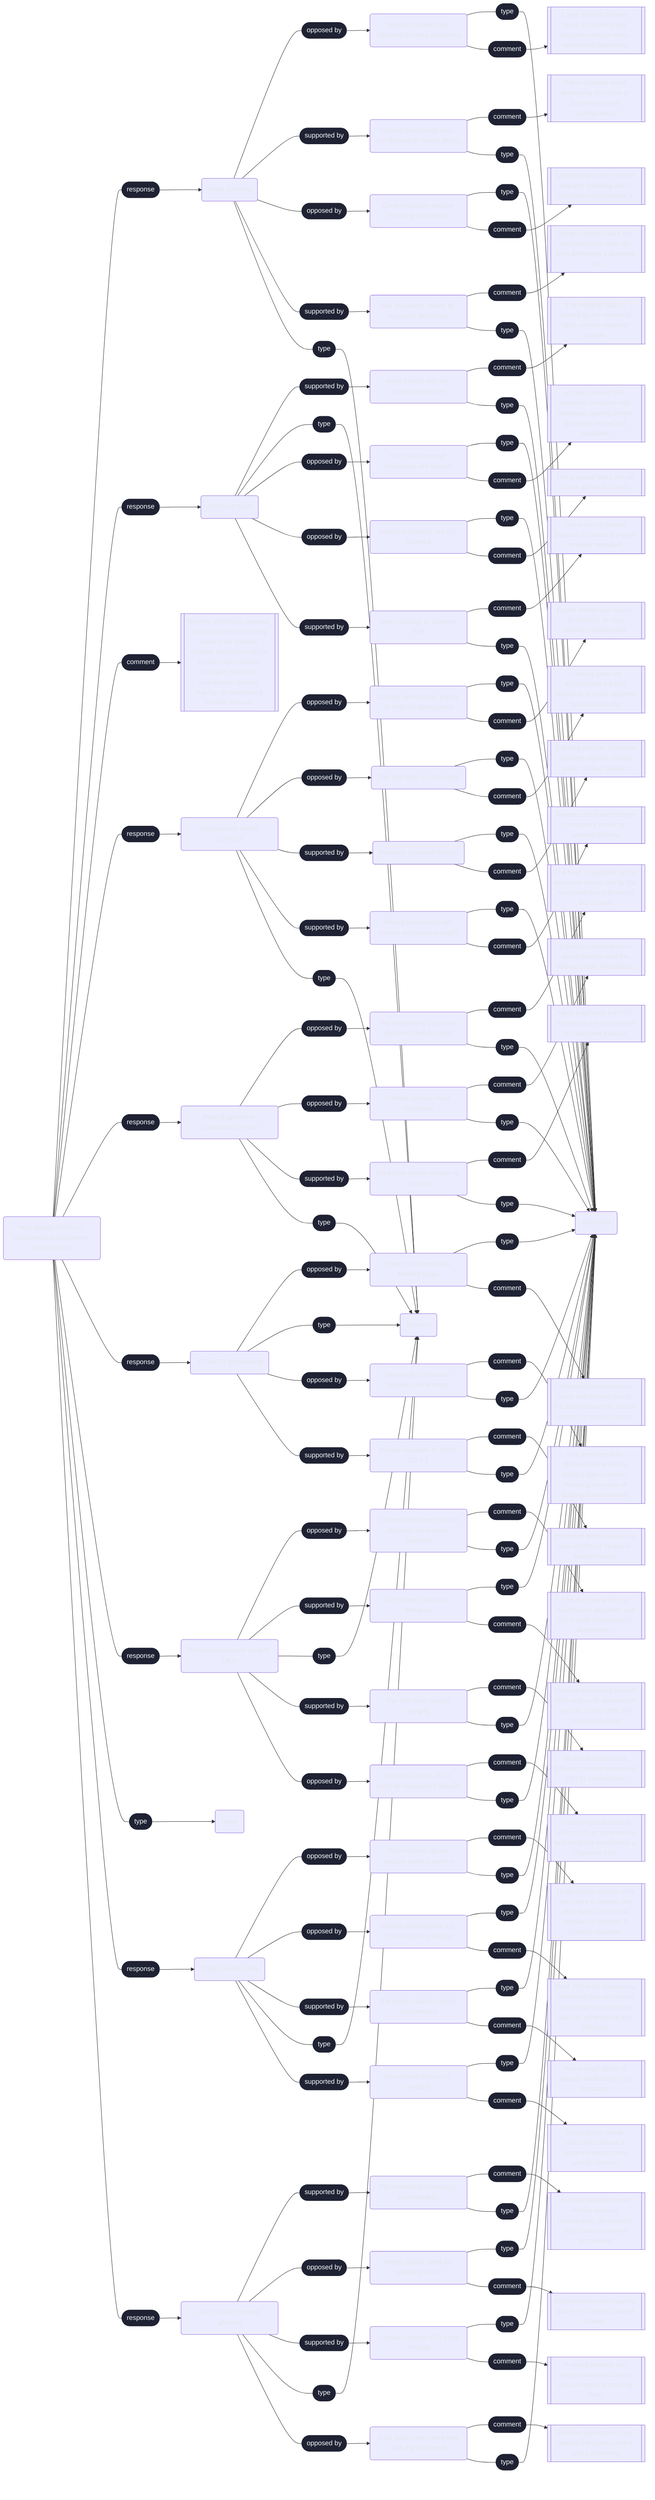
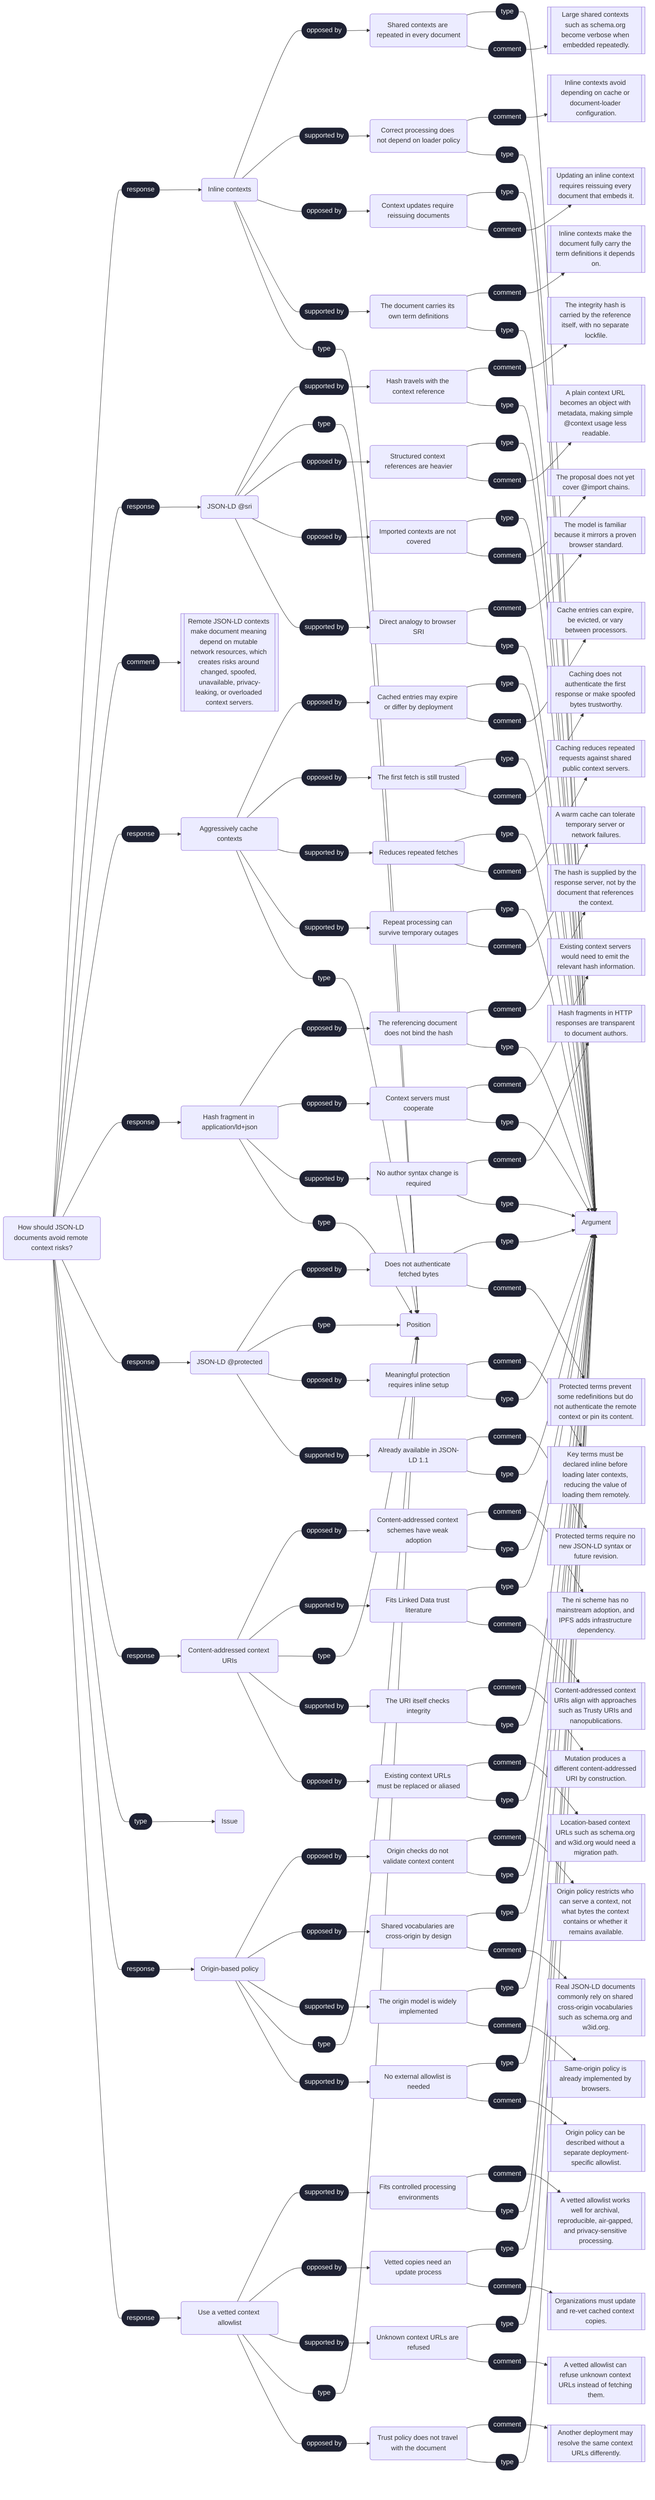
graph LR
  Bf89e54622707("Context updates require reissuing documents")
  https___vocab_methodandstructure_com_ibis_Argument("Argument")
  click https___vocab_methodandstructure_com_ibis_Argument "https://vocab.methodandstructure.com/ibis#Argument"
  Bdb67a4225c37("Aggressively cache contexts")
  B96de9af5e5f1("Cached entries may expire or differ by deployment")
  Bb357c0431c4b("Repeat processing can survive temporary outages")
  B9ed80b1e656d("Vetted copies need an update process")
  B40121b421666("Shared vocabularies are cross-origin by design")
  Ba9eb731a9e30("The origin model is widely implemented")
  B1a8ef6296b42("JSON-LD @sri")
  B383231988dd4("Hash travels with the context reference")
  B1469a9e8f1bb("Content-addressed context URIs")
  B20007dcd409e("Content-addressed context schemes have weak adoption")
  B4fd68375a00e("Use a vetted context allowlist")
  B13e130a2e5fc("Fits controlled processing environments")
  Literal-3372d781aa1f[["The integrity hash is carried by the reference itself, with no separate lockfile."]]
  B0685f72fa6fc("Shared contexts are repeated in every document")
  Literal-7b9524c5e3d6[["Real JSON-LD documents commonly rely on shared cross-origin vocabularies such as schema.org and w3id.org."]]
  Literal-05af7767aa1f[["Same-origin policy is already implemented by browsers."]]
  Literal-5be342a13b79[["Updating an inline context requires reissuing every document that embeds it."]]
  B0a87a718bdec("Fits Linked Data trust literature")
  Bc97ecab0f65d("Imported contexts are not covered")
  Baab43a5bccd1("Hash fragment in application/ld+json")
  B80eae73a5d4b("The referencing document does not bind the hash")
  Bf0c7423c62bc("Reduces repeated fetches")
  B99073f8d9343("No external allowlist is needed")
  B06013c31b5c2("How should JSON-LD documents avoid remote context risks?")
  Bc2a89a0c737d("Inline contexts")
  B9d94180f3b3a("Context servers must cooperate")
  Bf4ba3ff94fd8("Structured context references are heavier")
  Literal-ca2071652e15[["Remote JSON-LD contexts make document meaning depend on mutable network resources, which creates risks around changed, spoofed, unavailable, privacy-leaking, or overloaded context servers."]]
  Literal-533bf2a00042[["The hash is supplied by the response server, not by the document that references the context."]]
  https___vocab_methodandstructure_com_ibis_Position("Position")
  click https___vocab_methodandstructure_com_ibis_Position "https://vocab.methodandstructure.com/ibis#Position"
  Literal-ce0d1238a65a[["Origin policy can be described without a separate deployment-specific allowlist."]]
  Literal-3143840d7b9c[["The proposal does not yet cover @import chains."]]
  B4a2f871f02f7("Origin-based policy")
  B8c909c337620("Origin checks do not validate context content")
  Bef30dbfcc950("Already available in JSON-LD 1.1")
  Literal-b5e33717debf[["Protected terms require no new JSON-LD syntax or future revision."]]
  B6e13a6911ba1("JSON-LD @protected")
  B01b74e8b2b40("Direct analogy to browser SRI")
  Literal-04bfa4db6676[["The model is familiar because it mirrors a proven browser standard."]]
  Literal-e73d1ece70a7[["Cache entries can expire, be evicted, or vary between processors."]]
  Literal-080d92843927[["Caching reduces repeated requests against shared public context servers."]]
  https___vocab_methodandstructure_com_ibis_Issue("Issue")
  click https___vocab_methodandstructure_com_ibis_Issue "https://vocab.methodandstructure.com/ibis#Issue"
  B0c0e7e06fea2("Does not authenticate fetched bytes")
  Ba107a6b9cb7e("Existing context URLs must be replaced or aliased")
  Literal-6557de704284[["Location-based context URLs such as schema.org and w3id.org would need a migration path."]]
  B5f0353317545("No author syntax change is required")
  Literal-3781c3ef0e98[["Hash fragments in HTTP responses are transparent to document authors."]]
  Bbdb7d70b077c("Correct processing does not depend on loader policy")
  Literal-80f95a5bc3f9[["Content-addressed context URIs align with approaches such as Trusty URIs and nanopublications."]]
  B7f560c7f7519("The first fetch is still trusted")
  Literal-4f2842ae8586[["Organizations must update and re-vet cached context copies."]]
  Literal-5f061e5905ee[["A vetted allowlist works well for archival, reproducible, air-gapped, and privacy-sensitive processing."]]
  Literal-3734fc262561[["Protected terms prevent some redefinitions but do not authenticate the remote context or pin its content."]]
  Literal-59f1d4b7b507[["Existing context servers would need to emit the relevant hash information."]]
  Literal-c9504c3f0069[["A plain context URL becomes an object with metadata, making simple @context usage less readable."]]
  Literal-124d00f9b9b4[["Inline contexts avoid depending on cache or document-loader configuration."]]
  B641f043d8de7("Unknown context URLs are refused")
  Bc780551a69d3("The document carries its own term definitions")
  Literal-203ce8a7fdc7[["Origin policy restricts who can serve a context, not what bytes the context contains or whether it remains available."]]
  Bcf3631293047("The URI itself checks integrity")
  Literal-77a04c8cbb4f[["Mutation produces a different content-addressed URI by construction."]]
  B26a7c81b7170("Meaningful protection requires inline setup")
  Literal-6d8ea9bbe404[["Key terms must be declared inline before loading later contexts, reducing the value of loading them remotely."]]
  Literal-a3d9acc223f3[["Large shared contexts such as schema.org become verbose when embedded repeatedly."]]
  Literal-b31eaf149dee[["Caching does not authenticate the first response or make spoofed bytes trustworthy."]]
  B12a470ae96f5("Trust policy does not travel with the document")
  Literal-e66f98cdcb65[["Another deployment may resolve the same context URLs differently."]]
  Literal-489c7cc3ef52[["The ni scheme has no mainstream adoption, and IPFS adds infrastructure dependency."]]
  Literal-c6024b6ce405[["A vetted allowlist can refuse unknown context URLs instead of fetching them."]]
  Literal-6ee14fa825c0[["Inline contexts make the document fully carry the term definitions it depends on."]]
  Literal-9a1a7a1280c5[["A warm cache can tolerate temporary server or network failures."]]
  Bf89e54622707 --- 196d43cbdf11(["type"])--> https___vocab_methodandstructure_com_ibis_Argument
  click 196d43cbdf11 "http://www.w3.org/1999/02/22-rdf-syntax-ns#type"
  Bdb67a4225c37 --- e84baee6286c(["opposed by"])--> B96de9af5e5f1
  click e84baee6286c "https://vocab.methodandstructure.com/ibis#opposed-by"
  Bb357c0431c4b --- 55795af7d924(["type"])--> https___vocab_methodandstructure_com_ibis_Argument
  click 55795af7d924 "http://www.w3.org/1999/02/22-rdf-syntax-ns#type"
  B9ed80b1e656d --- e13d2533100c(["type"])--> https___vocab_methodandstructure_com_ibis_Argument
  click e13d2533100c "http://www.w3.org/1999/02/22-rdf-syntax-ns#type"
  B40121b421666 --- f857ebc6e504(["type"])--> https___vocab_methodandstructure_com_ibis_Argument
  click f857ebc6e504 "http://www.w3.org/1999/02/22-rdf-syntax-ns#type"
  Ba9eb731a9e30 --- 83c24ca887aa(["type"])--> https___vocab_methodandstructure_com_ibis_Argument
  click 83c24ca887aa "http://www.w3.org/1999/02/22-rdf-syntax-ns#type"
  B1a8ef6296b42 --- 49e96341cb63(["supported by"])--> B383231988dd4
  click 49e96341cb63 "https://vocab.methodandstructure.com/ibis#supported-by"
  B1469a9e8f1bb --- d361934ba253(["opposed by"])--> B20007dcd409e
  click d361934ba253 "https://vocab.methodandstructure.com/ibis#opposed-by"
  B4fd68375a00e --- ee0fd7b9aa5f(["supported by"])--> B13e130a2e5fc
  click ee0fd7b9aa5f "https://vocab.methodandstructure.com/ibis#supported-by"
  B383231988dd4 --- cad56228a64c(["comment"])--> Literal-3372d781aa1f
  click cad56228a64c "http://www.w3.org/2000/01/rdf-schema#comment"
  B0685f72fa6fc --- c5b2b643ee48(["type"])--> https___vocab_methodandstructure_com_ibis_Argument
  click c5b2b643ee48 "http://www.w3.org/1999/02/22-rdf-syntax-ns#type"
  B4fd68375a00e --- 09f4a8451739(["opposed by"])--> B9ed80b1e656d
  click 09f4a8451739 "https://vocab.methodandstructure.com/ibis#opposed-by"
  B96de9af5e5f1 --- e120522b7054(["type"])--> https___vocab_methodandstructure_com_ibis_Argument
  click e120522b7054 "http://www.w3.org/1999/02/22-rdf-syntax-ns#type"
  B40121b421666 --- 210abd129985(["comment"])--> Literal-7b9524c5e3d6
  click 210abd129985 "http://www.w3.org/2000/01/rdf-schema#comment"
  Ba9eb731a9e30 --- e0bb3dc849ed(["comment"])--> Literal-05af7767aa1f
  click e0bb3dc849ed "http://www.w3.org/2000/01/rdf-schema#comment"
  Bf89e54622707 --- 00aa94c1f449(["comment"])--> Literal-5be342a13b79
  click 00aa94c1f449 "http://www.w3.org/2000/01/rdf-schema#comment"
  B1469a9e8f1bb --- 5074d83f2973(["supported by"])--> B0a87a718bdec
  click 5074d83f2973 "https://vocab.methodandstructure.com/ibis#supported-by"
  Bc97ecab0f65d --- 0f763fd8cded(["type"])--> https___vocab_methodandstructure_com_ibis_Argument
  click 0f763fd8cded "http://www.w3.org/1999/02/22-rdf-syntax-ns#type"
  Baab43a5bccd1 --- e1baa1baad17(["opposed by"])--> B80eae73a5d4b
  click e1baa1baad17 "https://vocab.methodandstructure.com/ibis#opposed-by"
  Bf0c7423c62bc --- 822dabe6be8f(["type"])--> https___vocab_methodandstructure_com_ibis_Argument
  click 822dabe6be8f "http://www.w3.org/1999/02/22-rdf-syntax-ns#type"
  B99073f8d9343 --- 95d1d031894e(["type"])--> https___vocab_methodandstructure_com_ibis_Argument
  click 95d1d031894e "http://www.w3.org/1999/02/22-rdf-syntax-ns#type"
  B06013c31b5c2 --- 49bfb3cf0009(["response"])--> Bc2a89a0c737d
  click 49bfb3cf0009 "https://vocab.methodandstructure.com/ibis#response"
  B06013c31b5c2 --- 044ec00c58b6(["response"])--> B1a8ef6296b42
  click 044ec00c58b6 "https://vocab.methodandstructure.com/ibis#response"
  Baab43a5bccd1 --- 756f74004ad9(["opposed by"])--> B9d94180f3b3a
  click 756f74004ad9 "https://vocab.methodandstructure.com/ibis#opposed-by"
  Bf4ba3ff94fd8 --- 7fd88708111f(["type"])--> https___vocab_methodandstructure_com_ibis_Argument
  click 7fd88708111f "http://www.w3.org/1999/02/22-rdf-syntax-ns#type"
  B06013c31b5c2 --- 1453f187b416(["comment"])--> Literal-ca2071652e15
  click 1453f187b416 "http://www.w3.org/2000/01/rdf-schema#comment"
  B80eae73a5d4b --- 8abdf00cb2e6(["comment"])--> Literal-533bf2a00042
  click 8abdf00cb2e6 "http://www.w3.org/2000/01/rdf-schema#comment"
  B1469a9e8f1bb --- 33230ee86919(["type"])--> https___vocab_methodandstructure_com_ibis_Position
  click 33230ee86919 "http://www.w3.org/1999/02/22-rdf-syntax-ns#type"
  B99073f8d9343 --- cd7adf56a157(["comment"])--> Literal-ce0d1238a65a
  click cd7adf56a157 "http://www.w3.org/2000/01/rdf-schema#comment"
  Bc97ecab0f65d --- 0b29cecdbdd0(["comment"])--> Literal-3143840d7b9c
  click 0b29cecdbdd0 "http://www.w3.org/2000/01/rdf-schema#comment"
  B4a2f871f02f7 --- 5de946e63e95(["opposed by"])--> B8c909c337620
  click 5de946e63e95 "https://vocab.methodandstructure.com/ibis#opposed-by"
  B06013c31b5c2 --- db2a30ffdc4f(["response"])--> Bdb67a4225c37
  click db2a30ffdc4f "https://vocab.methodandstructure.com/ibis#response"
  B06013c31b5c2 --- cac0e668291f(["response"])--> Baab43a5bccd1
  click cac0e668291f "https://vocab.methodandstructure.com/ibis#response"
  Bef30dbfcc950 --- b1fdc897157e(["comment"])--> Literal-b5e33717debf
  click b1fdc897157e "http://www.w3.org/2000/01/rdf-schema#comment"
  B06013c31b5c2 --- c97ef3640134(["response"])--> B6e13a6911ba1
  click c97ef3640134 "https://vocab.methodandstructure.com/ibis#response"
  B06013c31b5c2 --- 38f7f74acfc0(["response"])--> B1469a9e8f1bb
  click 38f7f74acfc0 "https://vocab.methodandstructure.com/ibis#response"
  B01b74e8b2b40 --- 177beaf72504(["comment"])--> Literal-04bfa4db6676
  click 177beaf72504 "http://www.w3.org/2000/01/rdf-schema#comment"
  B96de9af5e5f1 --- f11d571a490d(["comment"])--> Literal-e73d1ece70a7
  click f11d571a490d "http://www.w3.org/2000/01/rdf-schema#comment"
  B0a87a718bdec --- 47aeff0af1ce(["type"])--> https___vocab_methodandstructure_com_ibis_Argument
  click 47aeff0af1ce "http://www.w3.org/1999/02/22-rdf-syntax-ns#type"
  Bf0c7423c62bc --- a6d0fb7719df(["comment"])--> Literal-080d92843927
  click a6d0fb7719df "http://www.w3.org/2000/01/rdf-schema#comment"
  B06013c31b5c2 --- 3d669a27762f(["type"])--> https___vocab_methodandstructure_com_ibis_Issue
  click 3d669a27762f "http://www.w3.org/1999/02/22-rdf-syntax-ns#type"
  Bc2a89a0c737d --- e5729fc96757(["opposed by"])--> B0685f72fa6fc
  click e5729fc96757 "https://vocab.methodandstructure.com/ibis#opposed-by"
  B0c0e7e06fea2 --- d4694e4cc39c(["type"])--> https___vocab_methodandstructure_com_ibis_Argument
  click d4694e4cc39c "http://www.w3.org/1999/02/22-rdf-syntax-ns#type"
  Ba107a6b9cb7e --- 9f07cb7cb3b9(["comment"])--> Literal-6557de704284
  click 9f07cb7cb3b9 "http://www.w3.org/2000/01/rdf-schema#comment"
  Baab43a5bccd1 --- 6ae8cc7e55a2(["supported by"])--> B5f0353317545
  click 6ae8cc7e55a2 "https://vocab.methodandstructure.com/ibis#supported-by"
  B5f0353317545 --- 3f6c52b352c7(["comment"])--> Literal-3781c3ef0e98
  click 3f6c52b352c7 "http://www.w3.org/2000/01/rdf-schema#comment"
  Bc2a89a0c737d --- 955aee5db295(["supported by"])--> Bbdb7d70b077c
  click 955aee5db295 "https://vocab.methodandstructure.com/ibis#supported-by"
  B0a87a718bdec --- 8603a835a89e(["comment"])--> Literal-80f95a5bc3f9
  click 8603a835a89e "http://www.w3.org/2000/01/rdf-schema#comment"
  B6e13a6911ba1 --- db6e96c0804c(["opposed by"])--> B0c0e7e06fea2
  click db6e96c0804c "https://vocab.methodandstructure.com/ibis#opposed-by"
  B7f560c7f7519 --- cb975e07235a(["type"])--> https___vocab_methodandstructure_com_ibis_Argument
  click cb975e07235a "http://www.w3.org/1999/02/22-rdf-syntax-ns#type"
  B9ed80b1e656d --- 435c30ad4c73(["comment"])--> Literal-4f2842ae8586
  click 435c30ad4c73 "http://www.w3.org/2000/01/rdf-schema#comment"
  B13e130a2e5fc --- c1435028f525(["comment"])--> Literal-5f061e5905ee
  click c1435028f525 "http://www.w3.org/2000/01/rdf-schema#comment"
  B01b74e8b2b40 --- 8ea7e6b500db(["type"])--> https___vocab_methodandstructure_com_ibis_Argument
  click 8ea7e6b500db "http://www.w3.org/1999/02/22-rdf-syntax-ns#type"
  B0c0e7e06fea2 --- 475b21f084ee(["comment"])--> Literal-3734fc262561
  click 475b21f084ee "http://www.w3.org/2000/01/rdf-schema#comment"
  B9d94180f3b3a --- a498c16bf46f(["comment"])--> Literal-59f1d4b7b507
  click a498c16bf46f "http://www.w3.org/2000/01/rdf-schema#comment"
  Bc2a89a0c737d --- ae4b72a65800(["opposed by"])--> Bf89e54622707
  click ae4b72a65800 "https://vocab.methodandstructure.com/ibis#opposed-by"
  Bf4ba3ff94fd8 --- 79f6252823d2(["comment"])--> Literal-c9504c3f0069
  click 79f6252823d2 "http://www.w3.org/2000/01/rdf-schema#comment"
  Bbdb7d70b077c --- 0846499ef8d9(["comment"])--> Literal-124d00f9b9b4
  click 0846499ef8d9 "http://www.w3.org/2000/01/rdf-schema#comment"
  B4fd68375a00e --- 9398de53fd99(["supported by"])--> B641f043d8de7
  click 9398de53fd99 "https://vocab.methodandstructure.com/ibis#supported-by"
  B1a8ef6296b42 --- 6375f82db69d(["type"])--> https___vocab_methodandstructure_com_ibis_Position
  click 6375f82db69d "http://www.w3.org/1999/02/22-rdf-syntax-ns#type"
  Bdb67a4225c37 --- 986bf5762684(["opposed by"])--> B7f560c7f7519
  click 986bf5762684 "https://vocab.methodandstructure.com/ibis#opposed-by"
  Bc2a89a0c737d --- 537c63798d41(["supported by"])--> Bc780551a69d3
  click 537c63798d41 "https://vocab.methodandstructure.com/ibis#supported-by"
  B5f0353317545 --- dc6b6f957910(["type"])--> https___vocab_methodandstructure_com_ibis_Argument
  click dc6b6f957910 "http://www.w3.org/1999/02/22-rdf-syntax-ns#type"
  B8c909c337620 --- 8ab9e3c9dc1a(["comment"])--> Literal-203ce8a7fdc7
  click 8ab9e3c9dc1a "http://www.w3.org/2000/01/rdf-schema#comment"
  Bcf3631293047 --- 180821d808a8(["comment"])--> Literal-77a04c8cbb4f
  click 180821d808a8 "http://www.w3.org/2000/01/rdf-schema#comment"
  B26a7c81b7170 --- 0223c4b18ac3(["comment"])--> Literal-6d8ea9bbe404
  click 0223c4b18ac3 "http://www.w3.org/2000/01/rdf-schema#comment"
  B4fd68375a00e --- 229ea1b163a4(["type"])--> https___vocab_methodandstructure_com_ibis_Position
  click 229ea1b163a4 "http://www.w3.org/1999/02/22-rdf-syntax-ns#type"
  B0685f72fa6fc --- a428808a67b5(["comment"])--> Literal-a3d9acc223f3
  click a428808a67b5 "http://www.w3.org/2000/01/rdf-schema#comment"
  B7f560c7f7519 --- 7be2efb4ff07(["comment"])--> Literal-b31eaf149dee
  click 7be2efb4ff07 "http://www.w3.org/2000/01/rdf-schema#comment"
  Baab43a5bccd1 --- 9ad5e3f78828(["type"])--> https___vocab_methodandstructure_com_ibis_Position
  click 9ad5e3f78828 "http://www.w3.org/1999/02/22-rdf-syntax-ns#type"
  B4fd68375a00e --- 96d654b739be(["opposed by"])--> B12a470ae96f5
  click 96d654b739be "https://vocab.methodandstructure.com/ibis#opposed-by"
  B9d94180f3b3a --- 161c059ea25a(["type"])--> https___vocab_methodandstructure_com_ibis_Argument
  click 161c059ea25a "http://www.w3.org/1999/02/22-rdf-syntax-ns#type"
  B6e13a6911ba1 --- c7a270435d6b(["type"])--> https___vocab_methodandstructure_com_ibis_Position
  click c7a270435d6b "http://www.w3.org/1999/02/22-rdf-syntax-ns#type"
  B12a470ae96f5 --- 80f58e9056fc(["comment"])--> Literal-e66f98cdcb65
  click 80f58e9056fc "http://www.w3.org/2000/01/rdf-schema#comment"
  Bbdb7d70b077c --- 3f0e849beff8(["type"])--> https___vocab_methodandstructure_com_ibis_Argument
  click 3f0e849beff8 "http://www.w3.org/1999/02/22-rdf-syntax-ns#type"
  B1469a9e8f1bb --- a49aff00e74c(["supported by"])--> Bcf3631293047
  click a49aff00e74c "https://vocab.methodandstructure.com/ibis#supported-by"
  B06013c31b5c2 --- 853b23dc18e0(["response"])--> B4a2f871f02f7
  click 853b23dc18e0 "https://vocab.methodandstructure.com/ibis#response"
  B6e13a6911ba1 --- 30a87c2c79ba(["opposed by"])--> B26a7c81b7170
  click 30a87c2c79ba "https://vocab.methodandstructure.com/ibis#opposed-by"
  B26a7c81b7170 --- 0e57f5cee5a8(["type"])--> https___vocab_methodandstructure_com_ibis_Argument
  click 0e57f5cee5a8 "http://www.w3.org/1999/02/22-rdf-syntax-ns#type"
  B4a2f871f02f7 --- ffabfaf3cb08(["opposed by"])--> B40121b421666
  click ffabfaf3cb08 "https://vocab.methodandstructure.com/ibis#opposed-by"
  Bdb67a4225c37 --- df0ae3bbd5d4(["supported by"])--> Bf0c7423c62bc
  click df0ae3bbd5d4 "https://vocab.methodandstructure.com/ibis#supported-by"
  B641f043d8de7 --- dc3b09026ccd(["type"])--> https___vocab_methodandstructure_com_ibis_Argument
  click dc3b09026ccd "http://www.w3.org/1999/02/22-rdf-syntax-ns#type"
  Bef30dbfcc950 --- 245a02c1eef7(["type"])--> https___vocab_methodandstructure_com_ibis_Argument
  click 245a02c1eef7 "http://www.w3.org/1999/02/22-rdf-syntax-ns#type"
  Bc2a89a0c737d --- 6ed5106e1e06(["type"])--> https___vocab_methodandstructure_com_ibis_Position
  click 6ed5106e1e06 "http://www.w3.org/1999/02/22-rdf-syntax-ns#type"
  B80eae73a5d4b --- da6166551cfc(["type"])--> https___vocab_methodandstructure_com_ibis_Argument
  click da6166551cfc "http://www.w3.org/1999/02/22-rdf-syntax-ns#type"
  B20007dcd409e --- 44e4def65edc(["comment"])--> Literal-489c7cc3ef52
  click 44e4def65edc "http://www.w3.org/2000/01/rdf-schema#comment"
  B4a2f871f02f7 --- 468d88666d7a(["supported by"])--> Ba9eb731a9e30
  click 468d88666d7a "https://vocab.methodandstructure.com/ibis#supported-by"
  B13e130a2e5fc --- 1b8ca4bfebb6(["type"])--> https___vocab_methodandstructure_com_ibis_Argument
  click 1b8ca4bfebb6 "http://www.w3.org/1999/02/22-rdf-syntax-ns#type"
  B4a2f871f02f7 --- 261d6a863eab(["type"])--> https___vocab_methodandstructure_com_ibis_Position
  click 261d6a863eab "http://www.w3.org/1999/02/22-rdf-syntax-ns#type"
  B1a8ef6296b42 --- cc54f5d38dfe(["opposed by"])--> Bf4ba3ff94fd8
  click cc54f5d38dfe "https://vocab.methodandstructure.com/ibis#opposed-by"
  B641f043d8de7 --- f4630b32ca77(["comment"])--> Literal-c6024b6ce405
  click f4630b32ca77 "http://www.w3.org/2000/01/rdf-schema#comment"
  B4a2f871f02f7 --- f057729a09b0(["supported by"])--> B99073f8d9343
  click f057729a09b0 "https://vocab.methodandstructure.com/ibis#supported-by"
  B06013c31b5c2 --- aa75c3a8e580(["response"])--> B4fd68375a00e
  click aa75c3a8e580 "https://vocab.methodandstructure.com/ibis#response"
  B1a8ef6296b42 --- fa1d7fd91c69(["opposed by"])--> Bc97ecab0f65d
  click fa1d7fd91c69 "https://vocab.methodandstructure.com/ibis#opposed-by"
  Bc780551a69d3 --- de33ec8a8dc5(["comment"])--> Literal-6ee14fa825c0
  click de33ec8a8dc5 "http://www.w3.org/2000/01/rdf-schema#comment"
  B20007dcd409e --- 5d653d8bcf42(["type"])--> https___vocab_methodandstructure_com_ibis_Argument
  click 5d653d8bcf42 "http://www.w3.org/1999/02/22-rdf-syntax-ns#type"
  B6e13a6911ba1 --- 6df9677aa9a5(["supported by"])--> Bef30dbfcc950
  click 6df9677aa9a5 "https://vocab.methodandstructure.com/ibis#supported-by"
  Ba107a6b9cb7e --- 38b3183c2f81(["type"])--> https___vocab_methodandstructure_com_ibis_Argument
  click 38b3183c2f81 "http://www.w3.org/1999/02/22-rdf-syntax-ns#type"
  Bb357c0431c4b --- 156c726d487b(["comment"])--> Literal-9a1a7a1280c5
  click 156c726d487b "http://www.w3.org/2000/01/rdf-schema#comment"
  B1469a9e8f1bb --- 67103faddc96(["opposed by"])--> Ba107a6b9cb7e
  click 67103faddc96 "https://vocab.methodandstructure.com/ibis#opposed-by"
  Bc780551a69d3 --- c88e0d723a69(["type"])--> https___vocab_methodandstructure_com_ibis_Argument
  click c88e0d723a69 "http://www.w3.org/1999/02/22-rdf-syntax-ns#type"
  B8c909c337620 --- 1503841ff43c(["type"])--> https___vocab_methodandstructure_com_ibis_Argument
  click 1503841ff43c "http://www.w3.org/1999/02/22-rdf-syntax-ns#type"
  B12a470ae96f5 --- d219bc0d0df9(["type"])--> https___vocab_methodandstructure_com_ibis_Argument
  click d219bc0d0df9 "http://www.w3.org/1999/02/22-rdf-syntax-ns#type"
  Bcf3631293047 --- eea42b699c02(["type"])--> https___vocab_methodandstructure_com_ibis_Argument
  click eea42b699c02 "http://www.w3.org/1999/02/22-rdf-syntax-ns#type"
  B383231988dd4 --- dfc42cc15e2f(["type"])--> https___vocab_methodandstructure_com_ibis_Argument
  click dfc42cc15e2f "http://www.w3.org/1999/02/22-rdf-syntax-ns#type"
  Bdb67a4225c37 --- b8cd0aec489a(["supported by"])--> Bb357c0431c4b
  click b8cd0aec489a "https://vocab.methodandstructure.com/ibis#supported-by"
  B1a8ef6296b42 --- 3af99f5ee2fd(["supported by"])--> B01b74e8b2b40
  click 3af99f5ee2fd "https://vocab.methodandstructure.com/ibis#supported-by"
  Bdb67a4225c37 --- 45b36f7ac41e(["type"])--> https___vocab_methodandstructure_com_ibis_Position
  click 45b36f7ac41e "http://www.w3.org/1999/02/22-rdf-syntax-ns#type"
  classDef predicate fill:#1f2233,stroke:transparent,color:#f8fafc,stroke-width:0px;
  classDef hidden fill:transparent,stroke:transparent,color:transparent,stroke-width:0px;
-   classDef label fill:transparent,stroke:transparent,color:#e5e7eb,stroke-width:0px;
  classDef nanopubdot fill:#0f172a,stroke:#0f172a,color:transparent,stroke-width:2px;
  classDef transparent fill:transparent,stroke:transparent,color:transparent,stroke-width:0px;
  class 196d43cbdf11,e84baee6286c,55795af7d924,e13d2533100c,f857ebc6e504,83c24ca887aa,49e96341cb63,d361934ba253,ee0fd7b9aa5f,cad56228a64c,c5b2b643ee48,09f4a8451739,e120522b7054,210abd129985,e0bb3dc849ed,00aa94c1f449,5074d83f2973,0f763fd8cded,e1baa1baad17,822dabe6be8f,95d1d031894e,49bfb3cf0009,044ec00c58b6,756f74004ad9,7fd88708111f,1453f187b416,8abdf00cb2e6,33230ee86919,cd7adf56a157,0b29cecdbdd0,5de946e63e95,db2a30ffdc4f,cac0e668291f,b1fdc897157e,c97ef3640134,38f7f74acfc0,177beaf72504,f11d571a490d,47aeff0af1ce,a6d0fb7719df,3d669a27762f,e5729fc96757,d4694e4cc39c,9f07cb7cb3b9,6ae8cc7e55a2,3f6c52b352c7,955aee5db295,8603a835a89e,db6e96c0804c,cb975e07235a,435c30ad4c73,c1435028f525,8ea7e6b500db,475b21f084ee,a498c16bf46f,ae4b72a65800,79f6252823d2,0846499ef8d9,9398de53fd99,6375f82db69d,986bf5762684,537c63798d41,dc6b6f957910,8ab9e3c9dc1a,180821d808a8,0223c4b18ac3,229ea1b163a4,a428808a67b5,7be2efb4ff07,9ad5e3f78828,96d654b739be,161c059ea25a,c7a270435d6b,80f58e9056fc,3f0e849beff8,a49aff00e74c,853b23dc18e0,30a87c2c79ba,0e57f5cee5a8,ffabfaf3cb08,df0ae3bbd5d4,dc3b09026ccd,245a02c1eef7,6ed5106e1e06,da6166551cfc,44e4def65edc,468d88666d7a,1b8ca4bfebb6,261d6a863eab,cc54f5d38dfe,f4630b32ca77,f057729a09b0,aa75c3a8e580,fa1d7fd91c69,de33ec8a8dc5,5d653d8bcf42,6df9677aa9a5,38b3183c2f81,156c726d487b,67103faddc96,c88e0d723a69,1503841ff43c,d219bc0d0df9,eea42b699c02,dfc42cc15e2f,b8cd0aec489a,3af99f5ee2fd,45b36f7ac41e predicate
